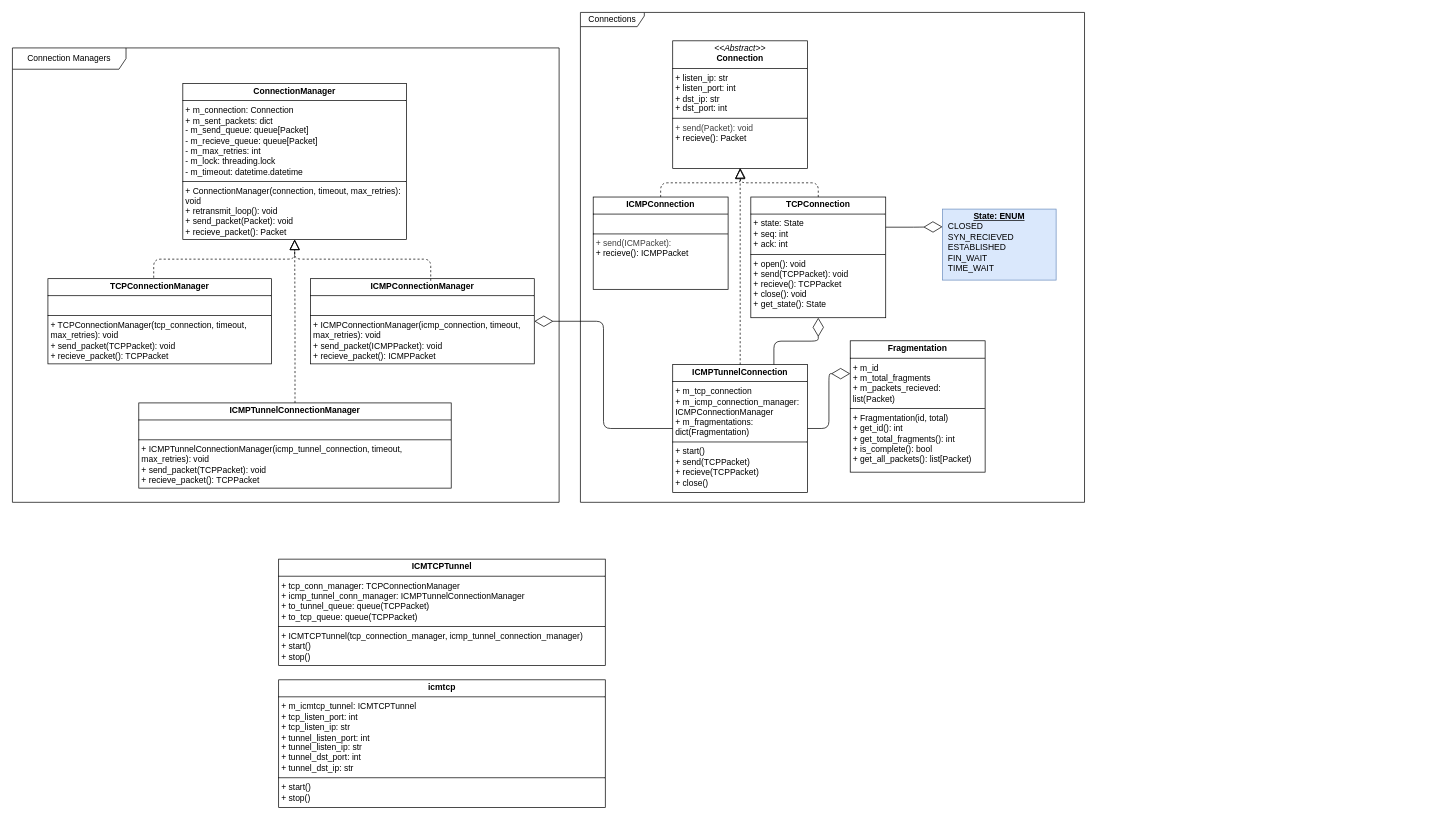
Above: uml.drawio in DaniMeijler/icmtcp (draw.io), before the change. Source tidied: cells renumbered, new cells numbered last; positions are measured from the earlier drawing's top-left corner, leaving out a move shared by most shapes. Both pictures are drawn from the tidied source at 71%, with x=0, y=0 at pixel (12, 12).
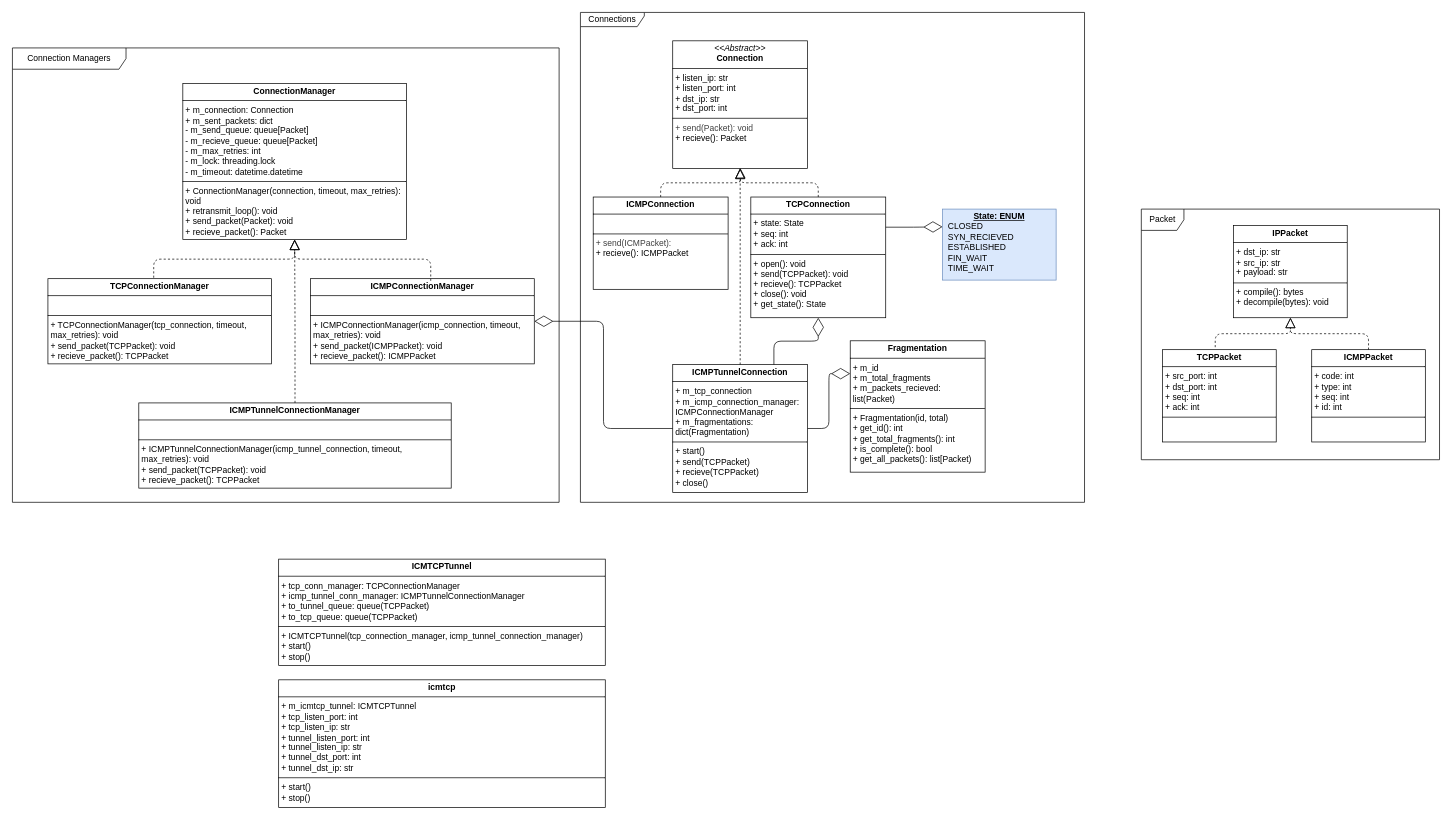
The same page after the edit.

Commit message (it also covers changes not shown here):
started building packet classes

What changed in the source:
```diff
@@
+    <mxCell id="26" value="&lt;p style=&quot;margin:0px;margin-top:4px;text-align:center;&quot;&gt;&lt;b&gt;IPPacket&lt;/b&gt;&lt;/p&gt;&lt;hr size=&quot;1&quot; style=&quot;border-style:solid;&quot;&gt;&lt;p style=&quot;margin:0px;margin-left:4px;&quot;&gt;+ dst_ip: str&lt;/p&gt;&lt;p style=&quot;margin:0px;margin-left:4px;&quot;&gt;+ src_ip: str&lt;/p&gt;&lt;p style=&quot;margin:0px;margin-left:4px;&quot;&gt;+ payload: str&lt;/p&gt;&lt;hr size=&quot;1&quot; style=&quot;border-style:solid;&quot;&gt;&lt;p style=&quot;margin:0px;margin-left:4px;&quot;&gt;+ compile(): bytes&lt;/p&gt;&lt;p style=&quot;margin:0px;margin-left:4px;&quot;&gt;+ decompile(bytes): void&lt;/p&gt;" style="verticalAlign=top;align=left;overflow=fill;html=1;whiteSpace=wrap;" parent="1" vertex="1">
+      <mxGeometry x="1720" y="300" width="160" height="130" as="geometry" />
+    </mxCell>
+    <mxCell id="27" value="&lt;p style=&quot;margin:0px;margin-top:4px;text-align:center;&quot;&gt;&lt;b&gt;TCPPacket&lt;/b&gt;&lt;/p&gt;&lt;hr size=&quot;1&quot; style=&quot;border-style:solid;&quot;&gt;&lt;p style=&quot;margin:0px;margin-left:4px;&quot;&gt;+ src_port: int&lt;/p&gt;&lt;p style=&quot;margin:0px;margin-left:4px;&quot;&gt;+ dst_port: int&lt;/p&gt;&lt;p style=&quot;margin:0px;margin-left:4px;&quot;&gt;+ seq: int&lt;/p&gt;&lt;p style=&quot;margin:0px;margin-left:4px;&quot;&gt;+ ack: int&lt;/p&gt;&lt;hr size=&quot;1&quot; style=&quot;border-style:solid;&quot;&gt;&lt;p style=&quot;margin:0px;margin-left:4px;&quot;&gt;&lt;br&gt;&lt;/p&gt;" style="verticalAlign=top;align=left;overflow=fill;html=1;whiteSpace=wrap;" parent="1" vertex="1">
+      <mxGeometry x="1620" y="475" width="160" height="130" as="geometry" />
+    </mxCell>
+    <mxCell id="28" value="&lt;p style=&quot;margin:0px;margin-top:4px;text-align:center;&quot;&gt;&lt;b&gt;ICMPPacket&lt;/b&gt;&lt;/p&gt;&lt;hr size=&quot;1&quot; style=&quot;border-style:solid;&quot;&gt;&lt;p style=&quot;margin:0px;margin-left:4px;&quot;&gt;+ code: int&lt;/p&gt;&lt;p style=&quot;margin:0px;margin-left:4px;&quot;&gt;+ type: int&lt;/p&gt;&lt;p style=&quot;margin:0px;margin-left:4px;&quot;&gt;+ seq: int&lt;/p&gt;&lt;p style=&quot;margin:0px;margin-left:4px;&quot;&gt;+ id: int&lt;/p&gt;&lt;hr size=&quot;1&quot; style=&quot;border-style:solid;&quot;&gt;&lt;p style=&quot;margin:0px;margin-left:4px;&quot;&gt;&lt;br&gt;&lt;/p&gt;" style="verticalAlign=top;align=left;overflow=fill;html=1;whiteSpace=wrap;" parent="1" vertex="1">
+      <mxGeometry x="1830" y="475" width="160" height="130" as="geometry" />
+    </mxCell>
+    <mxCell id="29" style="endArrow=block;dashed=1;endFill=0;endSize=12;html=1;exitX=0.463;exitY=-0.027;exitDx=0;exitDy=0;entryX=0.5;entryY=1;entryDx=0;entryDy=0;edgeStyle=orthogonalEdgeStyle;exitPerimeter=0;" parent="1" edge="1" source="27" target="26">
+      <mxGeometry relative="1" as="geometry" />
+    </mxCell>
+    <mxCell id="30" style="endArrow=block;dashed=1;endFill=0;endSize=12;html=1;entryX=0.5;entryY=1;entryDx=0;entryDy=0;edgeStyle=orthogonalEdgeStyle;" parent="1" edge="1" source="28" target="26">
+      <mxGeometry relative="1" as="geometry" />
+    </mxCell>
+    <mxCell id="31" value="Packet" style="shape=umlFrame;whiteSpace=wrap;html=1;" parent="1" vertex="1">
+      <mxGeometry x="1590" y="277" width="420" height="353" as="geometry" />
+    </mxCell>
```
